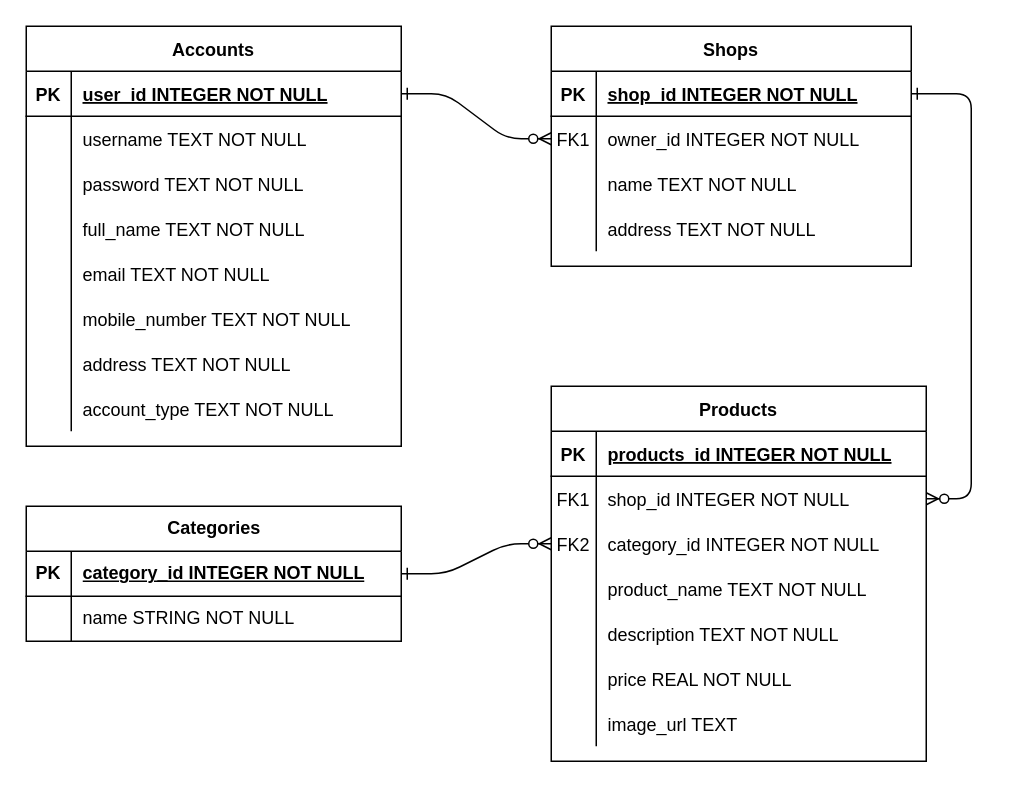
DragunWF/Online-Ordering-System keeps this draw.io diagram as misc/OOS-DB-Diagram.drawio. Above is the earlier version. Source tidied: cells renumbered, new cells numbered last; positions are measured from the earlier drawing's top-left corner, leaving out a move shared by most shapes. Both pictures are drawn from the tidied source at 150%, with x=0, y=0 at pixel (26, 26).
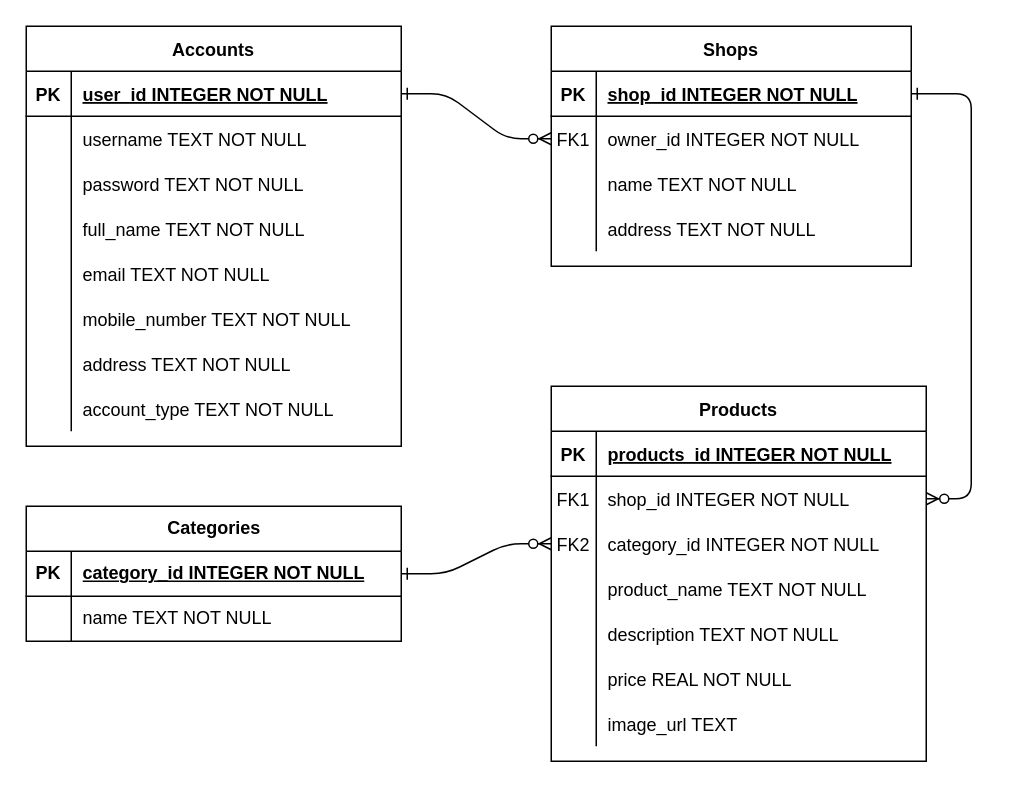
The same page after the edit.

Commit message (it also covers changes not shown here):
Update DB Diagram Entity Relationship Model

The change refers to these unchanged cells:
```xml
<mxCell id="68" style="shape=tableRow;horizontal=0;startSize=0;swimlaneHead=0;swimlaneBody=0;fillColor=none;top=0;left=0;right=0;bottom=0;" parent="64" vertex="1">
  <mxGeometry y="60" width="250" height="30" as="geometry" />
</mxCell>
```

Change to the diagram source:
```diff
@@
-    <mxCell id="70" value="name STRING NOT NULL" style="shape=partialRectangle;fillColor=none;top=0;left=0;bottom=0;right=0;align=left;spacingLeft=6;overflow=hidden;whiteSpace=wrap;html=1;" parent="68" vertex="1">
+    <mxCell id="70" value="name TEXT NOT NULL" style="shape=partialRectangle;fillColor=none;top=0;left=0;bottom=0;right=0;align=left;spacingLeft=6;overflow=hidden;whiteSpace=wrap;html=1;" parent="68" vertex="1">
       <mxGeometry x="30" width="220" height="30" as="geometry" />
     </mxCell>
```
